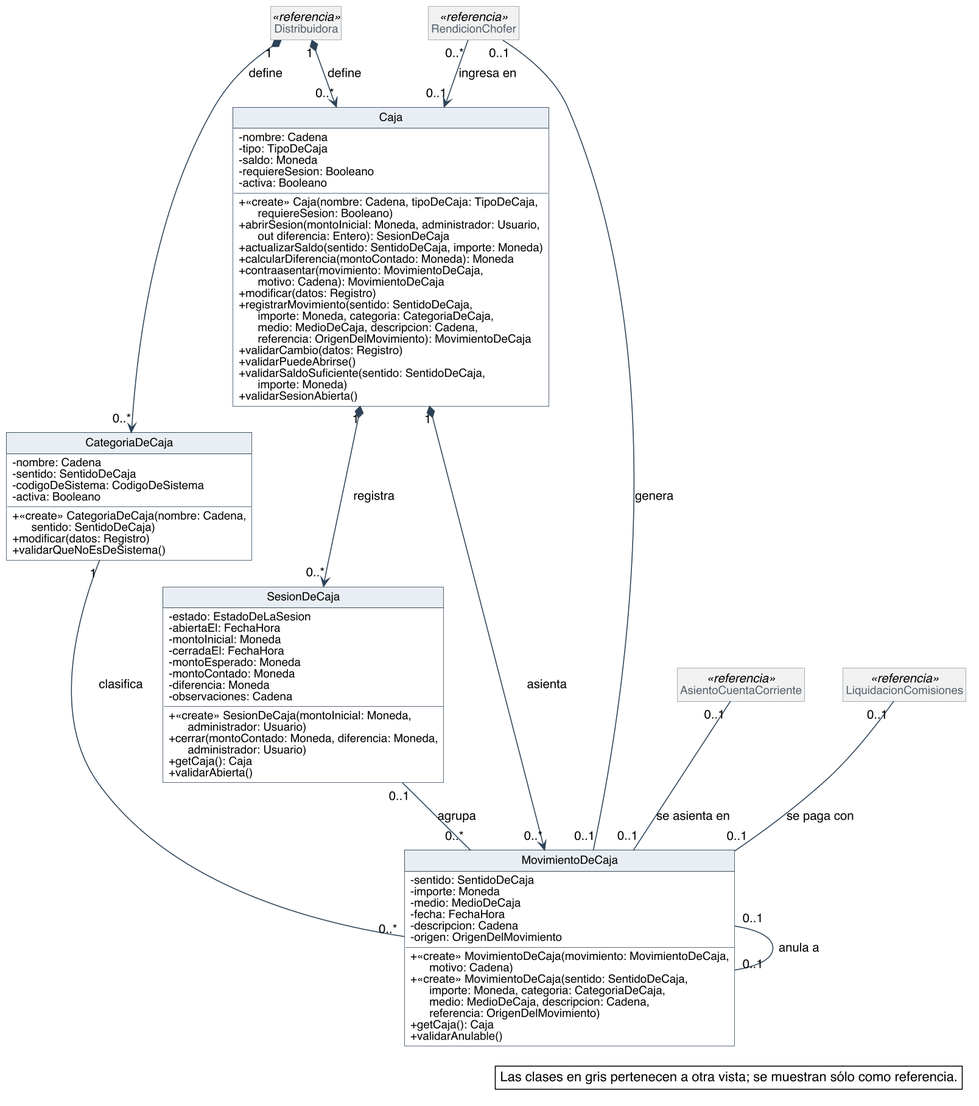
Above: diagramas/clases-diseno/DC_Caja.png in Nahuelito-Dev/splg-docs (PlantUML), before the change.
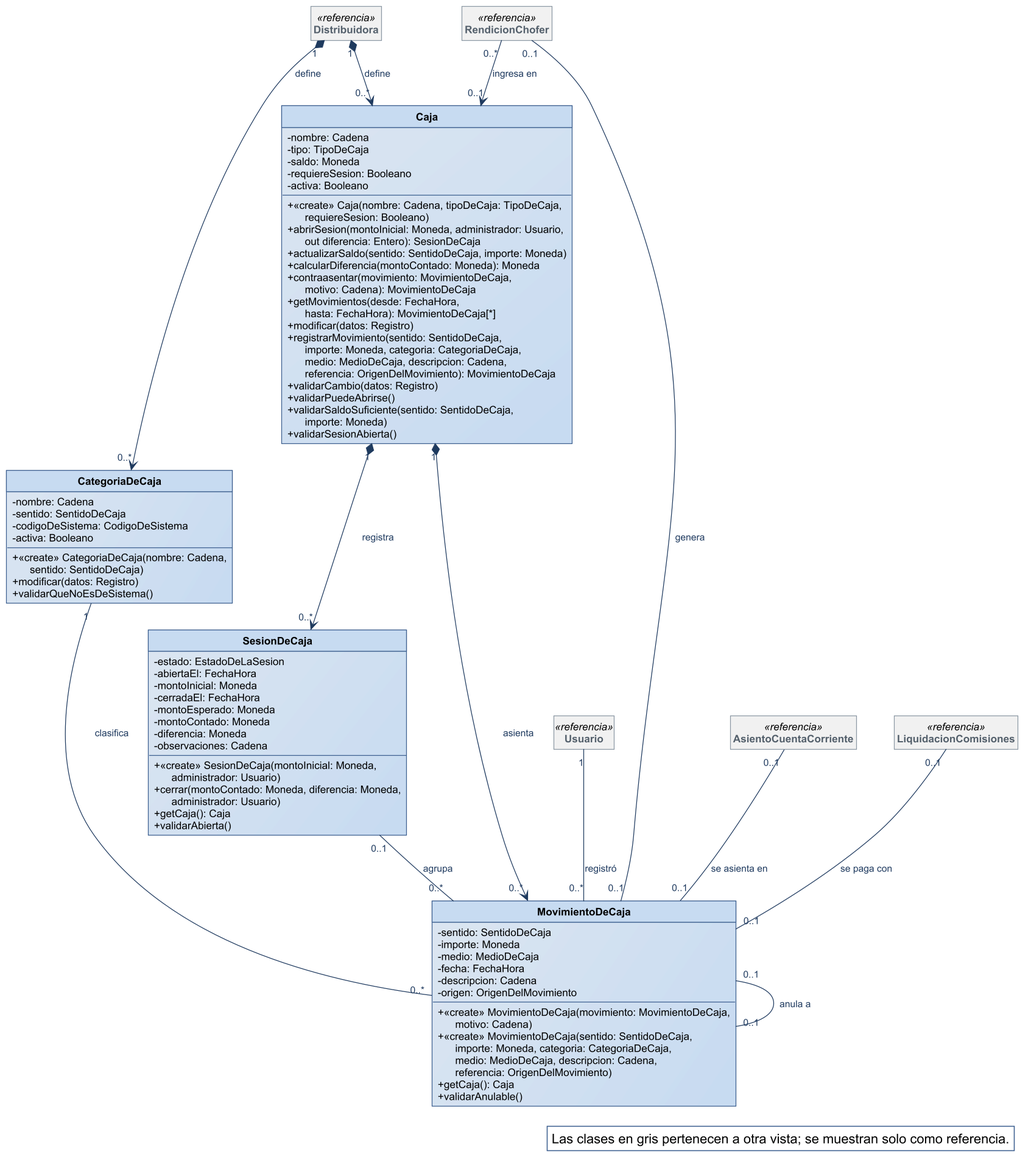
The same file after the commit.

Change to the diagram source:
```diff
@@ -1,59 +1,29 @@
 @startuml
-skinparam backgroundColor #FFFFFF
-skinparam shadowing false
-skinparam defaultFontName Helvetica
-skinparam defaultFontSize 13
-skinparam dpi 150
+!include ../estilo-vp.iuml
 skinparam nodesep 40
 skinparam ranksep 55
-skinparam classAttributeIconSize 0
-skinparam roundCorner 0
 skinparam genericDisplay old
-skinparam class {
-  BorderColor #2C4257
-  BackgroundColor #FFFFFF
-  ArrowColor #2C4257
-  FontSize 14
-  AttributeFontSize 12
-  HeaderBackgroundColor #E8EEF3
-}
 skinparam class<<referencia>> {
   BackgroundColor #F1F1F1
   BorderColor #8A97A3
   FontColor #55616C
 }
 skinparam class<<fachada>> {
-  HeaderBackgroundColor #D6E4F0
+  HeaderBackgroundColor #B7CDE8
 }
 skinparam class<<controlador>> {
-  HeaderBackgroundColor #D6E4F0
+  HeaderBackgroundColor #B7CDE8
 }
 skinparam class<<fabricación pura>> {
-  HeaderBackgroundColor #F3E9CF
+  HeaderBackgroundColor #E4ECF6
 }
 skinparam class<<colección>> {
   HeaderBackgroundColor #E6E6E6
 }
 skinparam class<<adaptador>> {
-  HeaderBackgroundColor #DCEBDD
-}
-skinparam interface {
-  BorderColor #2C4257
-  BackgroundColor #FFFFFF
-  HeaderBackgroundColor #DCEBDD
-  FontSize 14
-  AttributeFontSize 12
-}
-skinparam note {
-  BackgroundColor #FFFFFF
-  BorderColor #2C4257
+  HeaderBackgroundColor #D5E3F3
 }
 skinparam packageStyle rectangle
-skinparam package {
-  BorderColor #8A97A3
-  FontSize 13
-  FontColor #55616C
-}
 hide circle
 hide empty members
 
@@ -68,6 +38,7 @@
   + actualizarSaldo(sentido: SentidoDeCaja, importe: Moneda)
   + calcularDiferencia(montoContado: Moneda): Moneda
   + contraasentar(movimiento: MovimientoDeCaja,\n      motivo: Cadena): MovimientoDeCaja
+  + getMovimientos(desde: FechaHora,\n      hasta: FechaHora): MovimientoDeCaja[*]
   + modificar(datos: Registro)
   + registrarMovimiento(sentido: SentidoDeCaja,\n      importe: Moneda, categoria: CategoriaDeCaja,\n      medio: MedioDeCaja, descripcion: Cadena,\n      referencia: OrigenDelMovimiento): MovimientoDeCaja
   + validarCambio(datos: Registro)
@@ -111,6 +82,7 @@
   + validarAnulable()
 }
 class Distribuidora <<referencia>>
+class Usuario <<referencia>>
 class RendicionChofer <<referencia>>
 class AsientoCuentaCorriente <<referencia>>
 class LiquidacionComisiones <<referencia>>
@@ -122,12 +94,13 @@
 SesionDeCaja "0..1" -- "0..*" MovimientoDeCaja : agrupa
 CategoriaDeCaja "1" -- "0..*" MovimientoDeCaja : clasifica
 MovimientoDeCaja "0..1" -- "0..1" MovimientoDeCaja : anula a
+Usuario "1" -- "0..*" MovimientoDeCaja : registró
 RendicionChofer "0..*" --> "0..1" Caja : ingresa en
 RendicionChofer "0..1" -- "0..1" MovimientoDeCaja : genera
 AsientoCuentaCorriente "0..1" -- "0..1" MovimientoDeCaja : se asienta en
 LiquidacionComisiones "0..1" -- "0..1" MovimientoDeCaja : se paga con
 
 legend bottom right
-  Las clases en gris pertenecen a otra vista; se muestran sólo como referencia.
+  Las clases en gris pertenecen a otra vista; se muestran solo como referencia.
 endlegend
 @enduml
```
